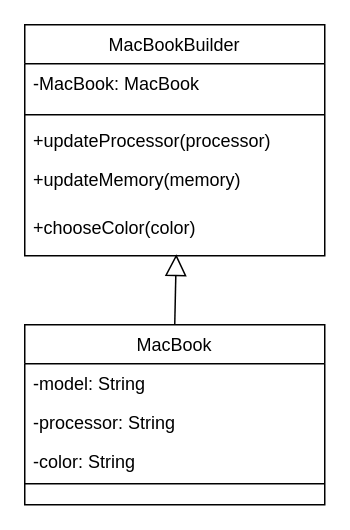
Earlier version of the draw.io diagram page "Builder" (4 of 14) of UML Diagrams.drawio (victor2996/Patterns). Source tidied: cells renumbered, new cells numbered last; positions are measured from the earlier drawing's top-left corner, leaving out a move shared by most shapes. Both pictures are drawn from the tidied source at 150%, with x=0, y=0 at pixel (24, 24).
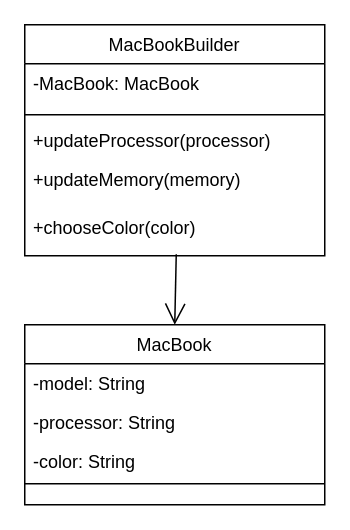
After the change.

The edit, as a diff of the source:
```diff
@@
 <mxGraphModel>
   <root>
     <mxCell id="0" />
     <mxCell id="1" parent="0" />
     <mxCell id="2" value="MacBookBuilder" style="swimlane;fontStyle=0;align=center;verticalAlign=top;horizontal=1;startSize=26;rounded=0;shadow=0;strokeWidth=1;" parent="1" vertex="1">
       <mxGeometry width="200" height="154" as="geometry" />
     </mxCell>
     <mxCell id="3" value="-MacBook: MacBook" style="text;align=left;verticalAlign=top;spacingLeft=4;spacingRight=4;overflow=hidden;" parent="2" vertex="1">
       <mxGeometry y="26" width="200" height="30" as="geometry" />
     </mxCell>
     <mxCell id="4" style="line;html=1;strokeWidth=1;align=left;verticalAlign=middle;spacingTop=-1;spacingLeft=3;spacingRight=3;labelPosition=right;" parent="2" vertex="1">
       <mxGeometry y="56" width="200" height="8" as="geometry" />
     </mxCell>
     <mxCell id="5" value="+updateProcessor(processor)" style="text;align=left;verticalAlign=top;spacingLeft=4;spacingRight=4;overflow=hidden;" parent="2" vertex="1">
       <mxGeometry y="64" width="200" height="26" as="geometry" />
     </mxCell>
     <mxCell id="6" value="+updateMemory(memory)" style="text;align=left;verticalAlign=top;spacingLeft=4;spacingRight=4;overflow=hidden;" parent="2" vertex="1">
       <mxGeometry y="90" width="200" height="32" as="geometry" />
     </mxCell>
     <mxCell id="7" value="+chooseColor(color)" style="text;align=left;verticalAlign=top;spacingLeft=4;spacingRight=4;overflow=hidden;points=[[0,0.5],[1,0.5]];portConstraint=eastwest;" parent="2" vertex="1">
       <mxGeometry y="122" width="200" height="32" as="geometry" />
     </mxCell>
     <mxCell id="8" value="MacBook" style="swimlane;fontStyle=0;align=center;verticalAlign=top;horizontal=1;startSize=26;rounded=0;shadow=0;strokeWidth=1;" parent="1" vertex="1">
       <mxGeometry y="200" width="200" height="120" as="geometry" />
     </mxCell>
     <mxCell id="9" value="-model: String" style="text;align=left;verticalAlign=top;spacingLeft=4;spacingRight=4;overflow=hidden;" parent="8" vertex="1">
       <mxGeometry y="26" width="200" height="26" as="geometry" />
     </mxCell>
     <mxCell id="10" value="-processor: String" style="text;align=left;verticalAlign=top;spacingLeft=4;spacingRight=4;overflow=hidden;" parent="8" vertex="1">
       <mxGeometry y="52" width="200" height="26" as="geometry" />
     </mxCell>
     <mxCell id="11" value="-color: String" style="text;align=left;verticalAlign=top;spacingLeft=4;spacingRight=4;overflow=hidden;" parent="8" vertex="1">
       <mxGeometry y="78" width="200" height="26" as="geometry" />
     </mxCell>
     <mxCell id="12" style="line;html=1;strokeWidth=1;align=left;verticalAlign=middle;spacingTop=-1;spacingLeft=3;spacingRight=3;labelPosition=right;" parent="8" vertex="1">
       <mxGeometry y="104" width="200" height="4" as="geometry" />
     </mxCell>
-    <mxCell id="13" style="endArrow=block;endFill=0;endSize=12;html=1;exitX=0.5;exitY=0;exitDx=0;exitDy=0;entryX=0.505;entryY=0.969;entryDx=0;entryDy=0;entryPerimeter=0;" parent="1" edge="1" source="8" target="7">
+    <mxCell id="13" style="endArrow=none;endFill=0;endSize=12;html=1;exitX=0.5;exitY=0;exitDx=0;exitDy=0;entryX=0.505;entryY=0.969;entryDx=0;entryDy=0;entryPerimeter=0;startArrow=open;startFill=0;startSize=12;" parent="1" edge="1" source="8" target="7">
       <mxGeometry relative="1" as="geometry" />
     </mxCell>
   </root>
 </mxGraphModel>
```
